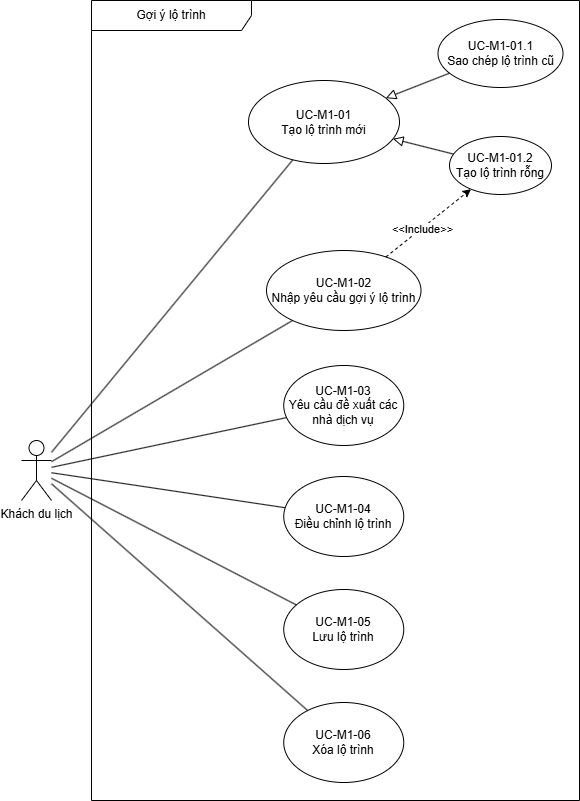
Above: Images/6. System analysis/Use-case-1.png in TravelEZ-2025-2026/DACN-Report-LaTex (draw.io), before the change. Source tidied: cells renumbered, new cells last; positions are measured from the earlier drawing's top-left corner, leaving out a move shared by most shapes. The source it was exported from:
```xml
<mxGraphModel>
  <root>
    <mxCell id="0" />
    <mxCell id="1" parent="0" />
    <mxCell id="2" value="Gợi ý lộ trình" style="shape=umlFrame;whiteSpace=wrap;html=1;width=160;" parent="1" vertex="1">
      <mxGeometry x="70" width="488" height="800" as="geometry" />
    </mxCell>
    <mxCell id="3" value="Khách du lịch" style="shape=umlActor;verticalLabelPosition=bottom;verticalAlign=top;html=1;" parent="2" vertex="1">
      <mxGeometry x="-70" y="440" width="30" height="60" as="geometry" />
    </mxCell>
    <mxCell id="4" style="endArrow=none;html=1;rounded=0;" parent="2" edge="1" source="3" target="8">
      <mxGeometry relative="1" as="geometry" />
    </mxCell>
    <mxCell id="5" style="endArrow=none;html=1;rounded=0;" parent="2" edge="1" source="3" target="7">
      <mxGeometry relative="1" as="geometry" />
    </mxCell>
    <mxCell id="6" style="endArrow=none;html=1;rounded=0;" parent="2" edge="1" source="3" target="9">
      <mxGeometry relative="1" as="geometry" />
    </mxCell>
    <mxCell id="7" value="&lt;div&gt;&lt;span style=&quot;background-color: transparent; color: light-dark(rgb(0, 0, 0), rgb(255, 255, 255));&quot;&gt;UC-M1-01&lt;/span&gt;&lt;/div&gt;&lt;div&gt;Tạo lộ trình mới&lt;/div&gt;" style="ellipse;whiteSpace=wrap;html=1;" parent="2" vertex="1">
      <mxGeometry x="157" y="80" width="151" height="83" as="geometry" />
    </mxCell>
    <mxCell id="8" value="UC-M1-02&lt;div&gt;Nhập yêu cầu gợi ý lộ trình&lt;/div&gt;" style="ellipse;whiteSpace=wrap;html=1;" parent="2" vertex="1">
      <mxGeometry x="175" y="250" width="154.5" height="80" as="geometry" />
    </mxCell>
    <mxCell id="9" value="UC-M1-04&lt;div&gt;Điều chỉnh lộ trình&lt;/div&gt;" style="ellipse;whiteSpace=wrap;html=1;" parent="2" vertex="1">
      <mxGeometry x="192.2" y="476" width="120" height="80" as="geometry" />
    </mxCell>
    <mxCell id="10" value="UC-M1-06&lt;div&gt;Xóa lộ trình&lt;/div&gt;" style="ellipse;whiteSpace=wrap;html=1;" parent="2" vertex="1">
      <mxGeometry x="192.2" y="702" width="120" height="80" as="geometry" />
    </mxCell>
    <mxCell id="11" style="endArrow=none;html=1;rounded=0;" parent="2" edge="1" source="3" target="10">
      <mxGeometry relative="1" as="geometry" />
    </mxCell>
    <mxCell id="12" value="UC-M1-03&lt;div&gt;Yêu cầu đề xuất các nhà dịch vụ&lt;/div&gt;" style="ellipse;whiteSpace=wrap;html=1;" parent="2" vertex="1">
      <mxGeometry x="192.2" y="365" width="120" height="80" as="geometry" />
    </mxCell>
    <mxCell id="13" value="UC-M1-05&lt;div&gt;Lưu lộ trình&lt;/div&gt;" style="ellipse;whiteSpace=wrap;html=1;" parent="2" vertex="1">
      <mxGeometry x="192.2" y="589" width="120" height="80" as="geometry" />
    </mxCell>
    <mxCell id="14" style="endArrow=none;html=1;rounded=0;" parent="2" edge="1" source="3" target="12">
      <mxGeometry relative="1" as="geometry" />
    </mxCell>
    <mxCell id="15" style="endArrow=none;html=1;rounded=0;" parent="2" edge="1" source="3" target="13">
      <mxGeometry relative="1" as="geometry" />
    </mxCell>
    <mxCell id="16" value="&lt;div&gt;UC-M1-01.2&lt;/div&gt;Tạo lộ trình rỗng" style="ellipse;whiteSpace=wrap;html=1;" parent="2" vertex="1">
      <mxGeometry x="358" y="136" width="102" height="58" as="geometry" />
    </mxCell>
    <mxCell id="17" style="endArrow=block;html=1;rounded=0;align=center;verticalAlign=bottom;endFill=0;labelBackgroundColor=none;endSize=8;" parent="2" edge="1" source="16" target="7">
      <mxGeometry relative="1" as="geometry" />
    </mxCell>
    <mxCell id="18" style="html=1;align=center;verticalAlign=top;labelBackgroundColor=none;" parent="17" vertex="1">
      <mxGeometry relative="1" as="geometry" />
    </mxCell>
    <mxCell id="19" value="&lt;div&gt;UC-M1-01.1&lt;/div&gt;Sao chép lộ trình cũ" style="ellipse;whiteSpace=wrap;html=1;" parent="2" vertex="1">
      <mxGeometry x="346.5" y="19" width="125" height="68" as="geometry" />
    </mxCell>
    <mxCell id="20" style="endArrow=block;html=1;rounded=0;align=center;verticalAlign=bottom;endFill=0;labelBackgroundColor=none;endSize=8;" parent="2" edge="1" source="19" target="7">
      <mxGeometry relative="1" as="geometry" />
    </mxCell>
    <mxCell id="21" style="html=1;align=center;verticalAlign=top;labelBackgroundColor=none;" parent="20" vertex="1">
      <mxGeometry relative="1" as="geometry" />
    </mxCell>
    <mxCell id="22" style="endArrow=classic;html=1;rounded=0;dashed=1;" parent="2" edge="1" source="8" target="16">
      <mxGeometry relative="1" as="geometry" />
    </mxCell>
    <mxCell id="23" value="&amp;lt;&amp;lt;Include&amp;gt;&amp;gt;" style="edgeLabel;html=1;align=center;verticalAlign=middle;" parent="22" vertex="1">
      <mxGeometry x="-0.16" y="-1" relative="1" as="geometry" />
    </mxCell>
  </root>
</mxGraphModel>
```
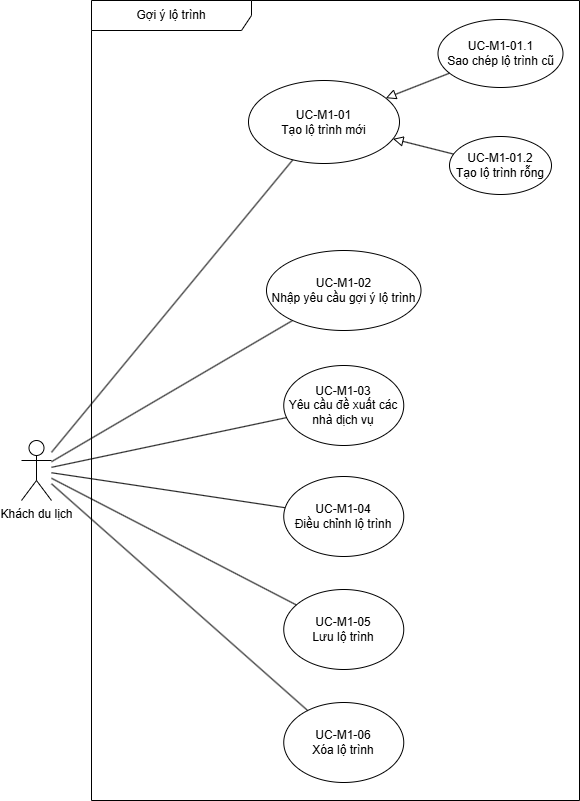
The same diagram one commit later.

What changed in the source:
```diff
@@ -62,11 +62,5 @@
     <mxCell id="21" style="html=1;align=center;verticalAlign=top;labelBackgroundColor=none;" parent="20" vertex="1">
       <mxGeometry relative="1" as="geometry" />
     </mxCell>
-    <mxCell id="22" style="endArrow=classic;html=1;rounded=0;dashed=1;" parent="2" edge="1" source="8" target="16">
-      <mxGeometry relative="1" as="geometry" />
-    </mxCell>
-    <mxCell id="23" value="&amp;lt;&amp;lt;Include&amp;gt;&amp;gt;" style="edgeLabel;html=1;align=center;verticalAlign=middle;" parent="22" vertex="1">
-      <mxGeometry x="-0.16" y="-1" relative="1" as="geometry" />
-    </mxCell>
   </root>
 </mxGraphModel>
```
